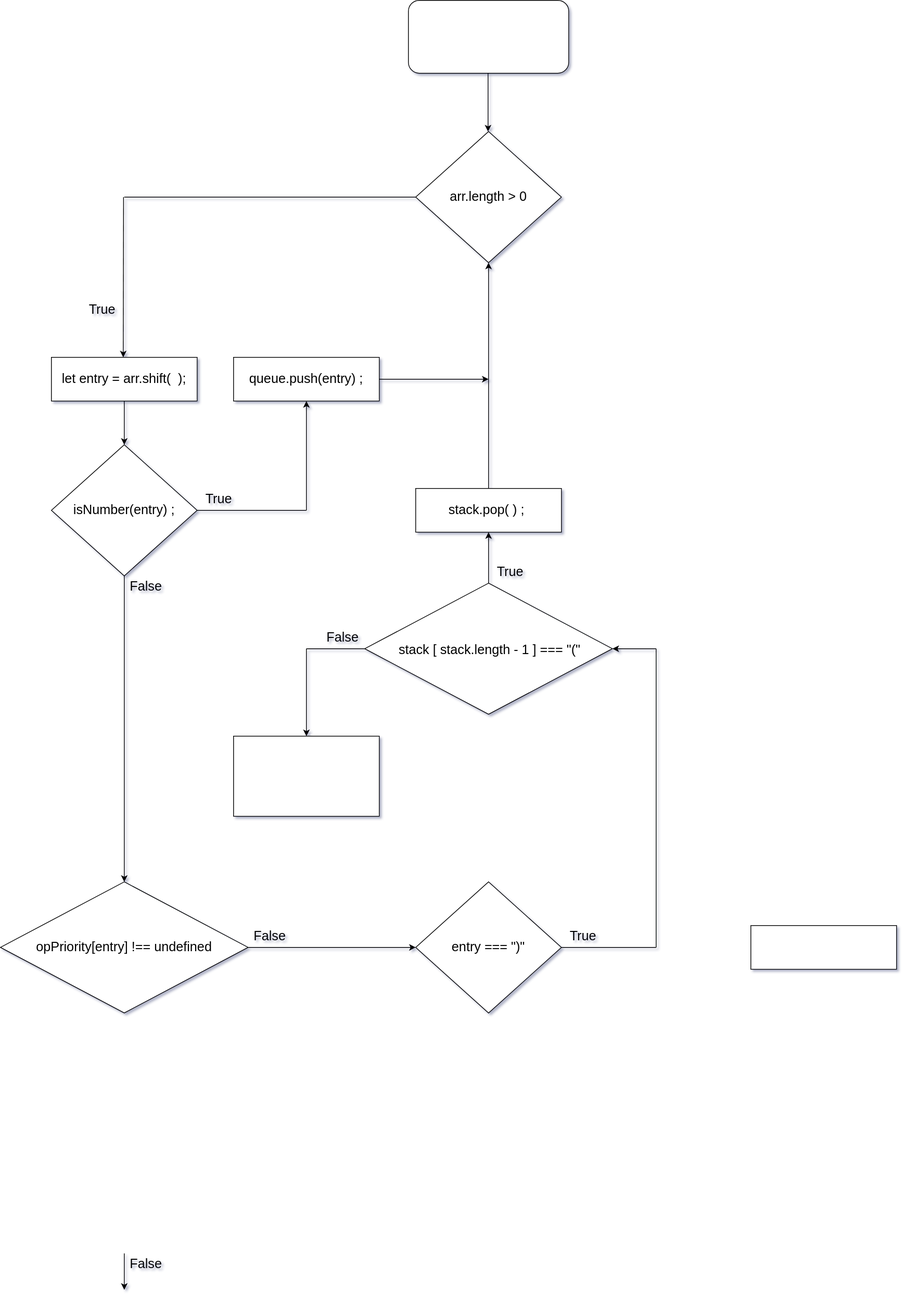
This is Untitled Diagram.drawio.svg from jcgm3205/jcgm3205, a draw.io export, as it was before one commit. Source tidied: cells renumbered, new cells last; positions are measured from the earlier drawing's top-left corner, leaving out a move shared by most shapes.
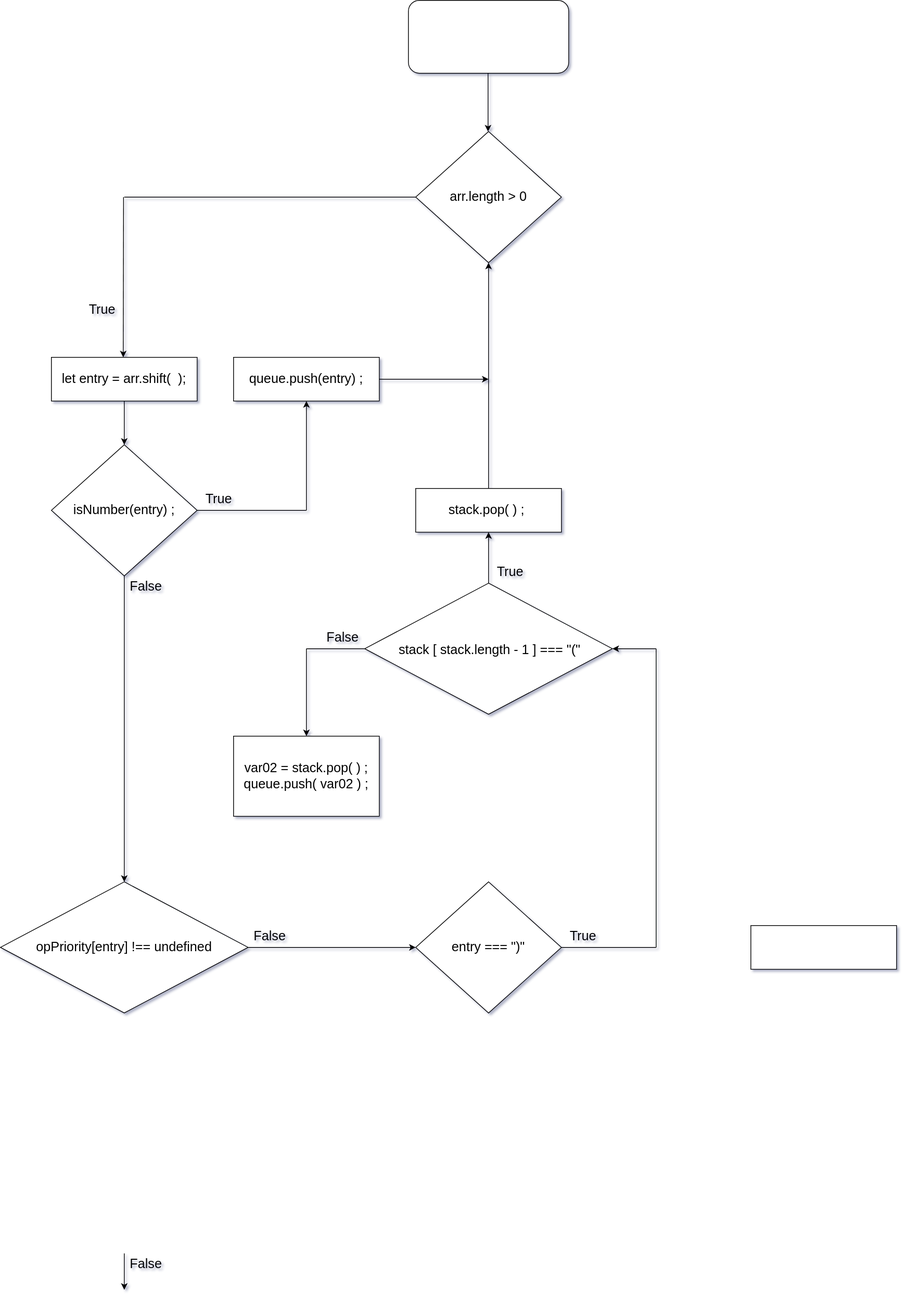
The same diagram one commit later.

Change to the diagram source:
```diff
@@ -173,5 +173,8 @@
     <mxCell id="45" value="False" style="text;html=1;strokeColor=none;fillColor=none;align=center;verticalAlign=middle;whiteSpace=wrap;rounded=0;fontSize=18;" parent="1" vertex="1">
       <mxGeometry x="440" y="860" width="60" height="30" as="geometry" />
     </mxCell>
+    <mxCell id="46" value="var02 = stack.pop( ) ;&lt;br&gt;queue.push( var02 ) ;" style="text;html=1;strokeColor=none;fillColor=none;align=center;verticalAlign=middle;whiteSpace=wrap;rounded=0;fontSize=18;" parent="1" vertex="1">
+      <mxGeometry x="320" y="1010" width="200" height="110" as="geometry" />
+    </mxCell>
   </root>
 </mxGraphModel>
```
